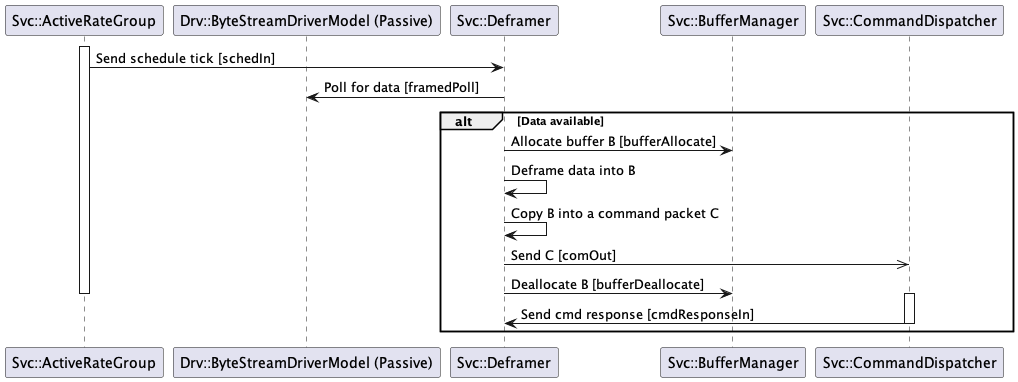
Earlier version of the PlantUML export Svc/Deframer/docs/img/passive-cmd-packet.png (nasa/fprime).
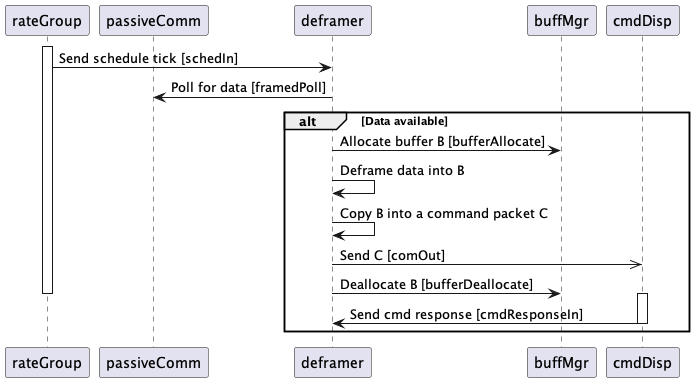
The same diagram one commit later.

Commit message:
Revise Deframer SDD

The edit, as a diff of the source:
```diff
@@ -1,30 +1,30 @@
 @startuml
 
-participant "Svc::ActiveRateGroup" order 1
-participant "Drv::ByteStreamDriverModel (Passive)" order 2
-participant "Svc::Deframer" order 3
-participant "Svc::BufferManager" order 4
-participant "Svc::CommandDispatcher" order 5
+participant rateGroup order 1
+participant passiveComm order 2
+participant deframer order 3
+participant buffMgr order 4
+participant cmdDisp order 5
 
-activate "Svc::ActiveRateGroup"
+activate rateGroup
 
-"Svc::ActiveRateGroup" -> "Svc::Deframer": Send schedule tick [schedIn]
+rateGroup -> deframer: Send schedule tick [schedIn]
 
-"Svc::Deframer" -> "Drv::ByteStreamDriverModel (Passive)": Poll for data [framedPoll]
+deframer -> passiveComm: Poll for data [framedPoll]
 
 alt Data available
 
-  "Svc::Deframer" -> "Svc::BufferManager": Allocate buffer B [bufferAllocate]
-  "Svc::Deframer" -> "Svc::Deframer": Deframe data into B
-  "Svc::Deframer" -> "Svc::Deframer": Copy B into a command packet C
-  "Svc::Deframer" ->> "Svc::CommandDispatcher": Send C [comOut]
-  "Svc::Deframer" -> "Svc::BufferManager": Deallocate B [bufferDeallocate]
+  deframer -> buffMgr: Allocate buffer B [bufferAllocate]
+  deframer -> deframer: Deframe data into B
+  deframer -> deframer: Copy B into a command packet C
+  deframer ->> cmdDisp: Send C [comOut]
+  deframer -> buffMgr: Deallocate B [bufferDeallocate]
 
-deactivate "Svc::ActiveRateGroup"
+deactivate rateGroup
 
-  activate "Svc::CommandDispatcher"
-  "Svc::CommandDispatcher" -> "Svc::Deframer": Send cmd response [cmdResponseIn]
-  deactivate "Svc::CommandDispatcher"
+  activate cmdDisp
+  cmdDisp -> deframer: Send cmd response [cmdResponseIn]
+  deactivate cmdDisp
 
 end
 
```
